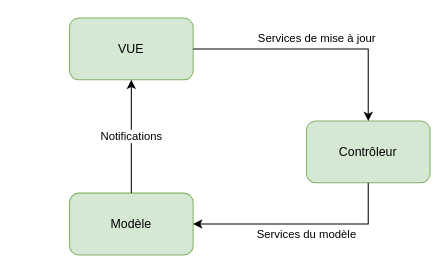
JeromeLuss/DiagrammesEnVrac keeps this draw.io diagram as MVC_pull.drawio. Above is the earlier version. Source tidied: cells renumbered, new cells numbered last; positions are measured from the earlier drawing's top-left corner, leaving out a move shared by most shapes. Both pictures are drawn from the tidied source at 103%, with x=0, y=0 at pixel (69, 18).
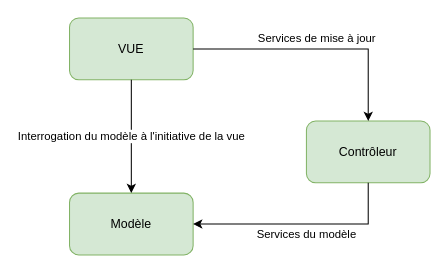
After the change.

What changed in the source:
```diff
@@
 <mxGraphModel>
   <root>
     <mxCell id="0" />
     <mxCell id="1" parent="0" />
     <mxCell id="2" value="VUE" style="rounded=1;whiteSpace=wrap;html=1;fillColor=#d5e8d4;strokeColor=#82b366;" parent="1" vertex="1">
       <mxGeometry width="120" height="60" as="geometry" />
     </mxCell>
     <mxCell id="3" value="Contrôleur" style="rounded=1;whiteSpace=wrap;html=1;fillColor=#d5e8d4;strokeColor=#82b366;" parent="1" vertex="1">
       <mxGeometry x="230" y="100" width="120" height="60" as="geometry" />
     </mxCell>
     <mxCell id="4" value="Modèle" style="rounded=1;whiteSpace=wrap;html=1;fillColor=#d5e8d4;strokeColor=#82b366;" parent="1" vertex="1">
       <mxGeometry y="170" width="120" height="60" as="geometry" />
     </mxCell>
     <mxCell id="5" value="Services de mise à jour" style="endArrow=classic;html=1;rounded=0;exitX=1;exitY=0.5;exitDx=0;exitDy=0;entryX=0.5;entryY=0;entryDx=0;entryDy=0;" parent="1" edge="1" source="2" target="3">
       <mxGeometry y="10" relative="1" as="geometry">
         <Array as="points">
           <mxPoint x="290" y="30" />
         </Array>
       </mxGeometry>
     </mxCell>
     <mxCell id="6" value="Services du modèle" style="endArrow=classic;html=1;rounded=0;entryX=1;entryY=0.5;entryDx=0;entryDy=0;exitX=0.5;exitY=1;exitDx=0;exitDy=0;" parent="1" edge="1" source="3" target="4">
       <mxGeometry x="-0.05" y="10" relative="1" as="geometry">
         <Array as="points">
           <mxPoint x="290" y="200" />
         </Array>
       </mxGeometry>
     </mxCell>
-    <mxCell id="7" value="Notifications" style="endArrow=classic;html=1;rounded=0;exitX=0.5;exitY=0;exitDx=0;exitDy=0;entryX=0.5;entryY=1;entryDx=0;entryDy=0;" parent="1" edge="1" source="4" target="2">
+    <mxCell id="7" value="Interrogation du modèle à l'initiative de la vue" style="endArrow=classic;html=1;rounded=0;exitX=0.5;exitY=1;exitDx=0;exitDy=0;entryX=0.5;entryY=0;entryDx=0;entryDy=0;" parent="1" edge="1" source="2" target="4">
       <mxGeometry relative="1" as="geometry" />
     </mxCell>
   </root>
 </mxGraphModel>
```
